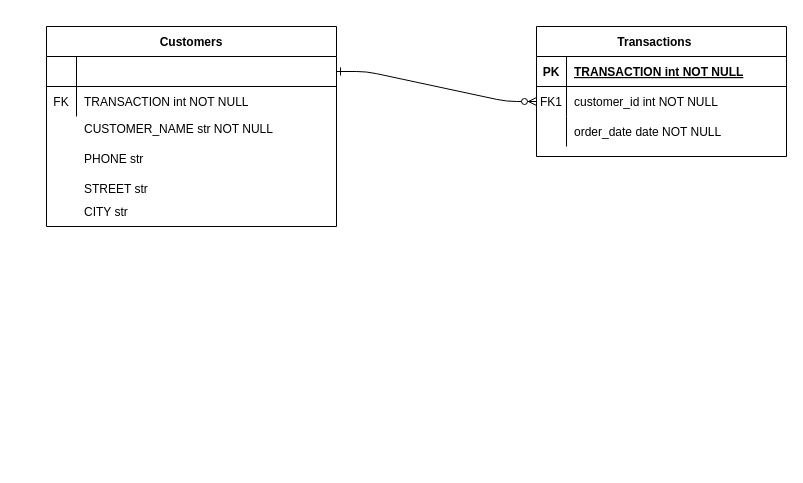
Above: cs598_datacuration_hw2_used_dealership.drawio in kaipak/draw.io (draw.io), before the change. Source tidied: cells renumbered, new cells numbered last; positions are measured from the earlier drawing's top-left corner, leaving out a move shared by most shapes. Both pictures are drawn from the tidied source at 100%, with x=0, y=0 at pixel (46, 26).
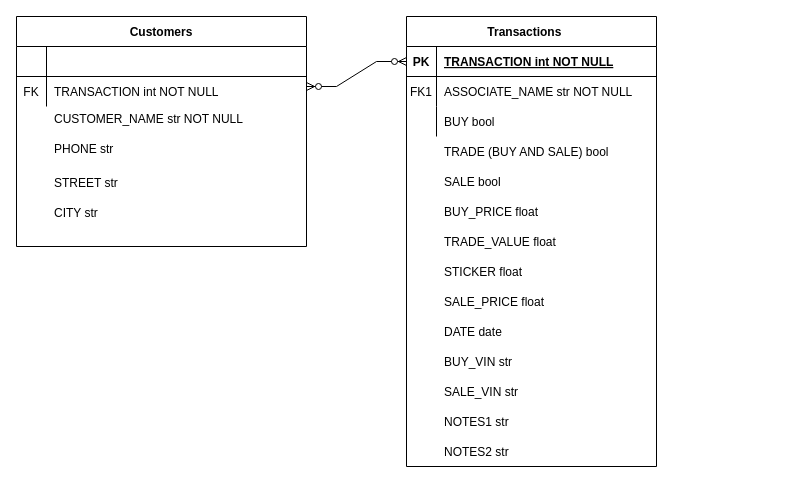
After the change.

Unchanged cells that the change refers to:
```xml
<mxCell id="4" style="shape=partialRectangle;fillColor=none;points=[[0,0.5],[1,0.5]];portConstraint=eastwest;top=0;left=0;right=0;bottom=1;" parent="3" vertex="1">
  <mxGeometry y="30" width="250" height="30" as="geometry" />
</mxCell>
<mxCell id="7" style="shape=partialRectangle;fillColor=none;points=[[0,0.5],[1,0.5]];portConstraint=eastwest;top=0;left=0;right=0;bottom=0;" parent="3" vertex="1">
  <mxGeometry y="60" width="250" height="30" as="geometry" />
</mxCell>
<mxCell id="10" style="shape=partialRectangle;fillColor=none;top=0;left=0;right=0;bottom=0;" parent="3" vertex="1">
  <mxGeometry y="90" width="250" height="30" as="geometry" />
</mxCell>
<mxCell id="15" style="shape=partialRectangle;fillColor=none;points=[[0,0.5],[1,0.5]];portConstraint=eastwest;top=0;left=0;right=0;bottom=1;" parent="14" vertex="1">
  <mxGeometry y="30" width="290" height="30" as="geometry" />
</mxCell>
```

Change to the diagram source:
```diff
@@
-    <mxCell id="2" style="edgeStyle=entityRelationEdgeStyle;endArrow=ERzeroToMany;startArrow=ERone;endFill=1;startFill=0;" parent="1" edge="1" source="15" target="7">
-      <mxGeometry relative="1" as="geometry" />
-    </mxCell>
     <mxCell id="3" value="Transactions    " style="shape=table;startSize=30;childLayout=tableLayout;rowLines=0;fontStyle=1;align=center;" parent="1" vertex="1">
-      <mxGeometry x="490" width="250" height="130" as="geometry" />
+      <mxGeometry x="360" y="-10" width="250" height="450" as="geometry" />
     </mxCell>
@@
-    <mxCell id="9" value="customer_id int NOT NULL" style="shape=partialRectangle;overflow=hidden;fillColor=none;top=0;left=0;bottom=0;right=0;align=left;spacingLeft=6;" parent="7" vertex="1">
+    <mxCell id="9" value="ASSOCIATE_NAME str NOT NULL" style="shape=partialRectangle;overflow=hidden;fillColor=none;top=0;left=0;bottom=0;right=0;align=left;spacingLeft=6;" parent="7" vertex="1">
       <mxGeometry x="30" width="220" height="30" as="geometry" />
     </mxCell>
@@
-    <mxCell id="12" value="order_date date NOT NULL" style="shape=partialRectangle;overflow=hidden;fillColor=none;top=0;left=0;bottom=0;right=0;align=left;spacingLeft=6;" parent="10" vertex="1">
+    <mxCell id="12" value="BUY bool" style="shape=partialRectangle;overflow=hidden;fillColor=none;top=0;left=0;bottom=0;right=0;align=left;spacingLeft=6;" parent="10" vertex="1">
       <mxGeometry x="30" width="220" height="30" as="geometry" />
     </mxCell>
     <mxCell id="13" style="group;" parent="1" vertex="1">
-      <mxGeometry width="290" height="440" as="geometry" />
+      <mxGeometry x="-30" y="-10" width="290" height="440" as="geometry" />
     </mxCell>
     <mxCell id="14" value="Customers" style="shape=table;startSize=30;childLayout=tableLayout;rowLines=0;fontStyle=1;align=center;" parent="13" vertex="1">
-      <mxGeometry width="290" height="200" as="geometry" />
+      <mxGeometry width="290" height="230" as="geometry" />
     </mxCell>
@@
-    <mxCell id="23" value="&#10;STREET str" style="shape=partialRectangle;overflow=hidden;fillColor=none;top=0;left=0;bottom=0;right=0;align=left;spacingLeft=6;" parent="13" vertex="1">
-      <mxGeometry x="30" y="130" width="260" height="50.8" as="geometry" />
+    <mxCell id="23" value="STREET str" style="shape=partialRectangle;overflow=hidden;fillColor=none;top=0;left=0;bottom=0;right=0;align=left;spacingLeft=6;" parent="13" vertex="1">
+      <mxGeometry x="30" y="150.8" width="260" height="30" as="geometry" />
     </mxCell>
     <mxCell id="24" value="CITY str" style="shape=partialRectangle;overflow=hidden;fillColor=none;top=0;left=0;bottom=0;right=0;align=left;spacingLeft=6;" parent="13" vertex="1">
-      <mxGeometry x="30" y="160" width="260" height="50.8" as="geometry" />
+      <mxGeometry x="30" y="180.8" width="260" height="30.8" as="geometry" />
     </mxCell>
+    <mxCell id="25" style="edgeStyle=entityRelationEdgeStyle;fontSize=12;html=1;endArrow=ERzeroToMany;endFill=1;startArrow=ERzeroToMany;rounded=0;entryX=0;entryY=0.5;entryDx=0;entryDy=0;" parent="1" edge="1" target="4">
+      <mxGeometry relative="1" as="geometry">
+        <mxPoint x="260" y="60" as="sourcePoint" />
+      </mxGeometry>
+    </mxCell>
+    <mxCell id="26" value="TRADE (BUY AND SALE) bool" style="shape=partialRectangle;overflow=hidden;fillColor=none;top=0;left=0;bottom=0;right=0;align=left;spacingLeft=6;" parent="1" vertex="1">
+      <mxGeometry x="390" y="110" width="220" height="30" as="geometry" />
+    </mxCell>
+    <mxCell id="27" value="SALE bool" style="shape=partialRectangle;overflow=hidden;fillColor=none;top=0;left=0;bottom=0;right=0;align=left;spacingLeft=6;" parent="1" vertex="1">
+      <mxGeometry x="390" y="140" width="220" height="30" as="geometry" />
+    </mxCell>
+    <mxCell id="28" value="BUY_PRICE float" style="shape=partialRectangle;overflow=hidden;fillColor=none;top=0;left=0;bottom=0;right=0;align=left;spacingLeft=6;" parent="1" vertex="1">
+      <mxGeometry x="390" y="170" width="220" height="30" as="geometry" />
+    </mxCell>
+    <mxCell id="29" value="TRADE_VALUE float" style="shape=partialRectangle;overflow=hidden;fillColor=none;top=0;left=0;bottom=0;right=0;align=left;spacingLeft=6;" parent="1" vertex="1">
+      <mxGeometry x="390" y="200" width="220" height="30" as="geometry" />
+    </mxCell>
+    <mxCell id="30" value="STICKER float" style="shape=partialRectangle;overflow=hidden;fillColor=none;top=0;left=0;bottom=0;right=0;align=left;spacingLeft=6;" parent="1" vertex="1">
+      <mxGeometry x="390" y="230" width="220" height="30" as="geometry" />
+    </mxCell>
+    <mxCell id="31" value="SALE_PRICE float" style="shape=partialRectangle;overflow=hidden;fillColor=none;top=0;left=0;bottom=0;right=0;align=left;spacingLeft=6;" parent="1" vertex="1">
+      <mxGeometry x="390" y="260" width="220" height="30" as="geometry" />
+    </mxCell>
+    <mxCell id="32" value="DATE date" style="shape=partialRectangle;overflow=hidden;fillColor=none;top=0;left=0;bottom=0;right=0;align=left;spacingLeft=6;" parent="1" vertex="1">
+      <mxGeometry x="390" y="290" width="220" height="30" as="geometry" />
+    </mxCell>
+    <mxCell id="33" value="BUY_VIN str" style="shape=partialRectangle;overflow=hidden;fillColor=none;top=0;left=0;bottom=0;right=0;align=left;spacingLeft=6;" parent="1" vertex="1">
+      <mxGeometry x="390" y="320" width="220" height="30" as="geometry" />
+    </mxCell>
+    <mxCell id="34" value="SALE_VIN str" style="shape=partialRectangle;overflow=hidden;fillColor=none;top=0;left=0;bottom=0;right=0;align=left;spacingLeft=6;" parent="1" vertex="1">
+      <mxGeometry x="390" y="350" width="220" height="30" as="geometry" />
+    </mxCell>
+    <mxCell id="35" value="NOTES1 str" style="shape=partialRectangle;overflow=hidden;fillColor=none;top=0;left=0;bottom=0;right=0;align=left;spacingLeft=6;" parent="1" vertex="1">
+      <mxGeometry x="390" y="380" width="220" height="30" as="geometry" />
+    </mxCell>
+    <mxCell id="36" value="NOTES2 str" style="shape=partialRectangle;overflow=hidden;fillColor=none;top=0;left=0;bottom=0;right=0;align=left;spacingLeft=6;" parent="1" vertex="1">
+      <mxGeometry x="390" y="410" width="220" height="30" as="geometry" />
+    </mxCell>
```
